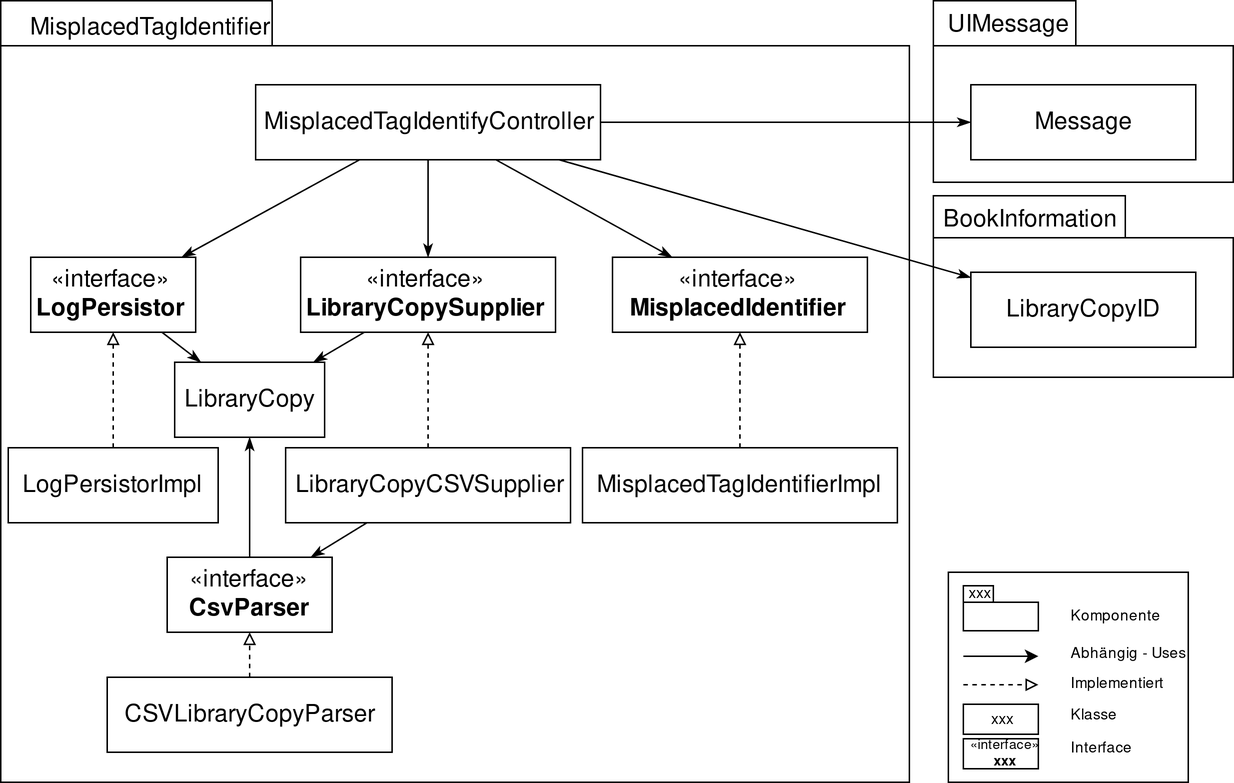
The draw.io diagram img/ClassdiagrammMisplacedTagIdentifier.png in HSLU-BaumannWicki/BDA_FS19-Dokumentation, before a commit. Source tidied: cells renumbered, new cells last; positions are measured from the earlier drawing's top-left corner, leaving out a move shared by most shapes. Its diagram source:
```xml
<mxGraphModel>
  <root>
    <mxCell id="0" />
    <mxCell id="1" parent="0" />
    <mxCell id="2" style="group;" parent="1" vertex="1">
      <mxGeometry x="622" width="200" height="121" as="geometry" />
    </mxCell>
    <mxCell id="3" style="shape=folder;fontStyle=1;spacingTop=10;tabWidth=95;tabHeight=30;tabPosition=left;html=1;" parent="2" vertex="1">
      <mxGeometry width="200" height="121" as="geometry" />
    </mxCell>
    <mxCell id="4" value="UIMessage" style="text;html=1;align=center;verticalAlign=bottom;spacingTop=-4;fontSize=16;" parent="2" vertex="1">
      <mxGeometry y="8" width="100" height="20" as="geometry" />
    </mxCell>
    <mxCell id="5" style="group;" parent="1" vertex="1">
      <mxGeometry width="606" height="521" as="geometry" />
    </mxCell>
    <mxCell id="6" style="shape=folder;fontStyle=1;spacingTop=10;tabWidth=181;tabHeight=30;tabPosition=left;html=1;" parent="5" vertex="1">
      <mxGeometry width="606" height="521" as="geometry" />
    </mxCell>
    <mxCell id="7" value="MisplacedTagIdentifier" style="text;html=1;align=center;verticalAlign=bottom;spacingTop=-4;fontSize=16;" parent="5" vertex="1">
      <mxGeometry x="10" y="10" width="180" height="20" as="geometry" />
    </mxCell>
    <mxCell id="8" style="group;" parent="1" vertex="1">
      <mxGeometry x="622" y="130" width="200" height="121" as="geometry" />
    </mxCell>
    <mxCell id="9" style="shape=folder;fontStyle=1;spacingTop=10;tabWidth=128;tabHeight=28;tabPosition=left;html=1;" parent="8" vertex="1">
      <mxGeometry width="200" height="121" as="geometry" />
    </mxCell>
    <mxCell id="10" value="BookInformation" style="text;html=1;align=center;verticalAlign=bottom;spacingTop=-4;fontSize=16;" parent="8" vertex="1">
      <mxGeometry y="8" width="130" height="20" as="geometry" />
    </mxCell>
    <mxCell id="11" value="Message" style="html=1;fontSize=16;align=center;" parent="1" vertex="1">
      <mxGeometry x="647" y="56" width="150" height="50" as="geometry" />
    </mxCell>
    <mxCell id="12" style="edgeStyle=orthogonalEdgeStyle;rounded=0;jettySize=auto;html=1;endArrow=classicThin;endFill=1;fontSize=16;" parent="1" edge="1" source="17" target="11">
      <mxGeometry relative="1" as="geometry" />
    </mxCell>
    <mxCell id="13" style="edgeStyle=none;rounded=0;jettySize=auto;html=1;endArrow=classicThin;endFill=1;fontSize=16;" parent="1" edge="1" source="17" target="18">
      <mxGeometry relative="1" as="geometry" />
    </mxCell>
    <mxCell id="14" style="edgeStyle=none;rounded=0;jettySize=auto;html=1;endArrow=classicThin;endFill=1;fontSize=16;" parent="1" edge="1" source="17" target="20">
      <mxGeometry relative="1" as="geometry" />
    </mxCell>
    <mxCell id="15" style="edgeStyle=none;rounded=0;jettySize=auto;html=1;endArrow=classicThin;endFill=1;fontSize=16;" parent="1" edge="1" source="17" target="22">
      <mxGeometry relative="1" as="geometry" />
    </mxCell>
    <mxCell id="16" style="edgeStyle=none;rounded=0;jettySize=auto;html=1;endArrow=classicThin;endFill=1;fontSize=16;" parent="1" edge="1" source="17" target="23">
      <mxGeometry relative="1" as="geometry" />
    </mxCell>
    <mxCell id="17" value="&lt;span&gt;&lt;span&gt;MisplacedTagIdentifyController&lt;/span&gt;&lt;/span&gt;" style="html=1;fontSize=16;align=center;" parent="1" vertex="1">
      <mxGeometry x="170" y="56" width="230" height="50" as="geometry" />
    </mxCell>
    <mxCell id="18" value="&lt;div&gt;LibraryCopyID&lt;/div&gt;" style="html=1;fontSize=16;align=center;" parent="1" vertex="1">
      <mxGeometry x="647" y="181" width="150" height="50" as="geometry" />
    </mxCell>
    <mxCell id="19" style="edgeStyle=none;rounded=0;jettySize=auto;html=1;endArrow=classicThin;endFill=1;fontSize=16;" parent="1" edge="1" source="20" target="26">
      <mxGeometry relative="1" as="geometry" />
    </mxCell>
    <mxCell id="20" value="«interface»&lt;br&gt;&lt;b&gt;LogPersistor&lt;/b&gt;" style="html=1;fontSize=16;align=center;" parent="1" vertex="1">
      <mxGeometry x="20" y="171" width="110" height="50" as="geometry" />
    </mxCell>
    <mxCell id="21" style="edgeStyle=none;rounded=0;jettySize=auto;html=1;endArrow=classicThin;endFill=1;fontSize=16;" parent="1" edge="1" source="22" target="26">
      <mxGeometry relative="1" as="geometry" />
    </mxCell>
    <mxCell id="22" value="«interface»&lt;br&gt;&lt;b&gt;LibraryCopySupplier&lt;/b&gt;" style="html=1;fontSize=16;align=center;" parent="1" vertex="1">
      <mxGeometry x="200" y="171" width="170" height="50" as="geometry" />
    </mxCell>
    <mxCell id="23" value="«interface»&lt;br&gt;&lt;b&gt;MisplacedIdentifier&lt;/b&gt;" style="html=1;fontSize=16;align=center;" parent="1" vertex="1">
      <mxGeometry x="408" y="171" width="170" height="50" as="geometry" />
    </mxCell>
    <mxCell id="24" style="edgeStyle=none;rounded=0;jettySize=auto;html=1;endArrow=block;endFill=0;fontSize=16;dashed=1;" parent="1" edge="1" source="25" target="20">
      <mxGeometry relative="1" as="geometry" />
    </mxCell>
    <mxCell id="25" value="LogPersistorImpl" style="html=1;fontSize=16;align=center;" parent="1" vertex="1">
      <mxGeometry x="5" y="298" width="140" height="50" as="geometry" />
    </mxCell>
    <mxCell id="26" value="LibraryCopy" style="html=1;fontSize=16;align=center;" parent="1" vertex="1">
      <mxGeometry x="116" y="241" width="100" height="50" as="geometry" />
    </mxCell>
    <mxCell id="27" style="edgeStyle=none;rounded=0;jettySize=auto;html=1;endArrow=block;endFill=0;fontSize=16;dashed=1;" parent="1" edge="1" source="29" target="22">
      <mxGeometry relative="1" as="geometry" />
    </mxCell>
    <mxCell id="28" style="edgeStyle=none;rounded=0;jettySize=auto;html=1;endArrow=classicThin;endFill=1;fontSize=16;" parent="1" edge="1" source="29" target="33">
      <mxGeometry relative="1" as="geometry" />
    </mxCell>
    <mxCell id="29" value="LibraryCopyCSVSupplier" style="html=1;fontSize=16;align=center;" parent="1" vertex="1">
      <mxGeometry x="190" y="298" width="190" height="50" as="geometry" />
    </mxCell>
    <mxCell id="30" style="edgeStyle=none;rounded=0;jettySize=auto;html=1;dashed=1;endArrow=block;endFill=0;fontSize=16;" parent="1" edge="1" source="31" target="23">
      <mxGeometry relative="1" as="geometry" />
    </mxCell>
    <mxCell id="31" value="MisplacedTagIdentifierImpl" style="html=1;fontSize=16;align=center;" parent="1" vertex="1">
      <mxGeometry x="388" y="298" width="210" height="50" as="geometry" />
    </mxCell>
    <mxCell id="32" style="edgeStyle=none;rounded=0;jettySize=auto;html=1;endArrow=classicThin;endFill=1;fontSize=16;" parent="1" edge="1" source="33" target="26">
      <mxGeometry relative="1" as="geometry" />
    </mxCell>
    <mxCell id="33" value="«interface»&lt;br&gt;&lt;b&gt;CsvParser&lt;/b&gt;" style="html=1;fontSize=16;align=center;" parent="1" vertex="1">
      <mxGeometry x="111" y="371" width="110" height="50" as="geometry" />
    </mxCell>
    <mxCell id="34" style="edgeStyle=none;rounded=0;jettySize=auto;html=1;endArrow=block;endFill=0;fontSize=16;dashed=1;" parent="1" edge="1" source="35" target="33">
      <mxGeometry relative="1" as="geometry" />
    </mxCell>
    <mxCell id="35" value="CSVLibraryCopyParser" style="html=1;fontSize=16;align=center;" parent="1" vertex="1">
      <mxGeometry x="71" y="451" width="190" height="50" as="geometry" />
    </mxCell>
    <mxCell id="36" style="group;" parent="1" vertex="1">
      <mxGeometry x="632" y="381" width="180" height="140" as="geometry" />
    </mxCell>
    <mxCell id="37" style="rounded=0;whiteSpace=wrap;html=1;fontSize=9;" parent="36" vertex="1">
      <mxGeometry width="160" height="140" as="geometry" />
    </mxCell>
    <mxCell id="38" style="group;fontSize=10;" parent="36" vertex="1">
      <mxGeometry x="10" y="9" width="50" height="30" as="geometry" />
    </mxCell>
    <mxCell id="39" style="shape=folder;fontStyle=1;spacingTop=10;tabWidth=20;tabHeight=11;tabPosition=left;html=1;fontSize=10;" parent="38" vertex="1">
      <mxGeometry width="50" height="30" as="geometry" />
    </mxCell>
    <mxCell id="40" value="xxx" style="text;html=1;align=center;verticalAlign=bottom;spacingTop=-4;fontSize=10;" parent="38" vertex="1">
      <mxGeometry x="-4.9" y="2.8" width="30" height="10" as="geometry" />
    </mxCell>
    <mxCell id="41" value="Komponente" style="text;html=1;align=left;verticalAlign=top;spacingTop=-4;flipV=1;fontSize=10;" parent="36" vertex="1">
      <mxGeometry x="80" y="21" width="80" height="20" as="geometry" />
    </mxCell>
    <mxCell id="42" style="endArrow=classic;html=1;fontSize=10;" parent="36" edge="1">
      <mxGeometry relative="1" as="geometry">
        <mxPoint x="10" y="56" as="sourcePoint" />
        <mxPoint x="60" y="56" as="targetPoint" />
      </mxGeometry>
    </mxCell>
    <mxCell id="43" value="Abhängig - Uses" style="text;html=1;align=left;verticalAlign=top;spacingTop=-4;flipV=1;fontSize=10;" parent="36" vertex="1">
      <mxGeometry x="80" y="46" width="100" height="20" as="geometry" />
    </mxCell>
    <mxCell id="44" style="edgeStyle=orthogonalEdgeStyle;rounded=0;orthogonalLoop=1;jettySize=auto;html=1;fontSize=10;dashed=1;endArrow=block;endFill=0;" parent="36" edge="1">
      <mxGeometry relative="1" as="geometry">
        <mxPoint x="10" y="75" as="sourcePoint" />
        <mxPoint x="60" y="75" as="targetPoint" />
        <Array as="points">
          <mxPoint x="20" y="75" />
          <mxPoint x="20" y="75" />
        </Array>
      </mxGeometry>
    </mxCell>
    <mxCell id="45" value="Implementiert" style="text;html=1;align=left;verticalAlign=top;spacingTop=-4;flipV=1;fontSize=10;" parent="36" vertex="1">
      <mxGeometry x="80" y="66" width="90" height="20" as="geometry" />
    </mxCell>
    <mxCell id="46" value="&lt;font style=&quot;font-size: 10px;&quot;&gt;xxx&lt;/font&gt;" style="html=1;fontSize=10;align=center;" parent="36" vertex="1">
      <mxGeometry x="10" y="88" width="50" height="20" as="geometry" />
    </mxCell>
    <mxCell id="47" value="&lt;div style=&quot;font-size: 9px;&quot;&gt;&lt;font style=&quot;font-size: 9px;&quot;&gt;«interface»&lt;br style=&quot;font-size: 9px;&quot;&gt;&lt;/font&gt;&lt;/div&gt;&lt;div style=&quot;font-size: 9px;&quot;&gt;&lt;font style=&quot;font-size: 9px;&quot;&gt;&lt;b style=&quot;font-size: 9px;&quot;&gt;xxx&lt;/b&gt;&lt;/font&gt;&lt;/div&gt;" style="html=1;fontSize=9;align=center;" parent="36" vertex="1">
      <mxGeometry x="10" y="111" width="50" height="20" as="geometry" />
    </mxCell>
    <mxCell id="48" value="Klasse" style="text;html=1;align=left;verticalAlign=top;spacingTop=-4;flipV=1;fontSize=10;" parent="36" vertex="1">
      <mxGeometry x="80" y="87" width="50" height="20" as="geometry" />
    </mxCell>
    <mxCell id="49" value="Interface" style="text;html=1;align=left;verticalAlign=top;spacingTop=-4;flipV=1;fontSize=10;" parent="36" vertex="1">
      <mxGeometry x="80" y="109" width="60" height="20" as="geometry" />
    </mxCell>
  </root>
</mxGraphModel>
```
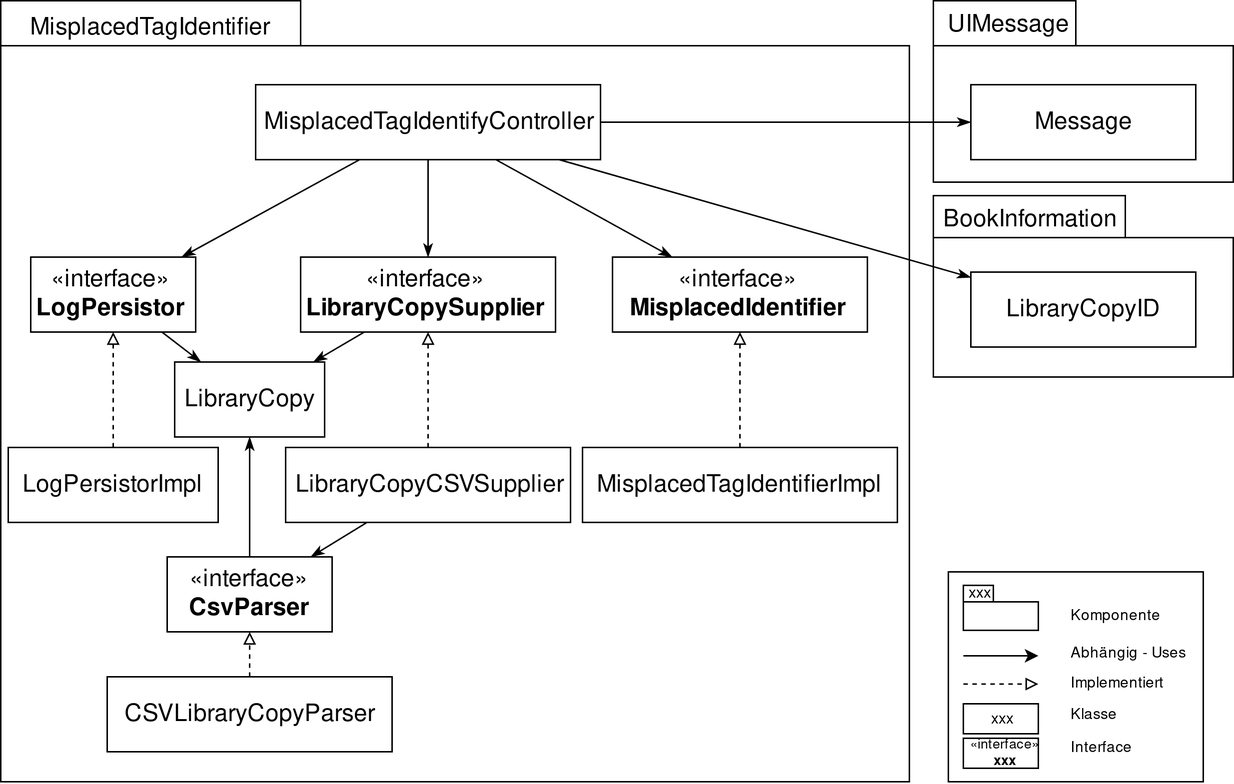
Above is the later version.

Diff of the diagram source:
```diff
@@ -14,7 +14,7 @@
     <mxCell id="5" style="group;" parent="1" vertex="1">
       <mxGeometry width="606" height="521" as="geometry" />
     </mxCell>
-    <mxCell id="6" style="shape=folder;fontStyle=1;spacingTop=10;tabWidth=181;tabHeight=30;tabPosition=left;html=1;" parent="5" vertex="1">
+    <mxCell id="6" style="shape=folder;fontStyle=1;spacingTop=10;tabWidth=200;tabHeight=30;tabPosition=left;html=1;" parent="5" vertex="1">
       <mxGeometry width="606" height="521" as="geometry" />
     </mxCell>
     <mxCell id="7" value="MisplacedTagIdentifier" style="text;html=1;align=center;verticalAlign=bottom;spacingTop=-4;fontSize=16;" parent="5" vertex="1">
@@ -108,7 +108,7 @@
       <mxGeometry x="632" y="381" width="180" height="140" as="geometry" />
     </mxCell>
     <mxCell id="37" style="rounded=0;whiteSpace=wrap;html=1;fontSize=9;" parent="36" vertex="1">
-      <mxGeometry width="160" height="140" as="geometry" />
+      <mxGeometry width="170" height="140" as="geometry" />
     </mxCell>
     <mxCell id="38" style="group;fontSize=10;" parent="36" vertex="1">
       <mxGeometry x="10" y="9" width="50" height="30" as="geometry" />
```
